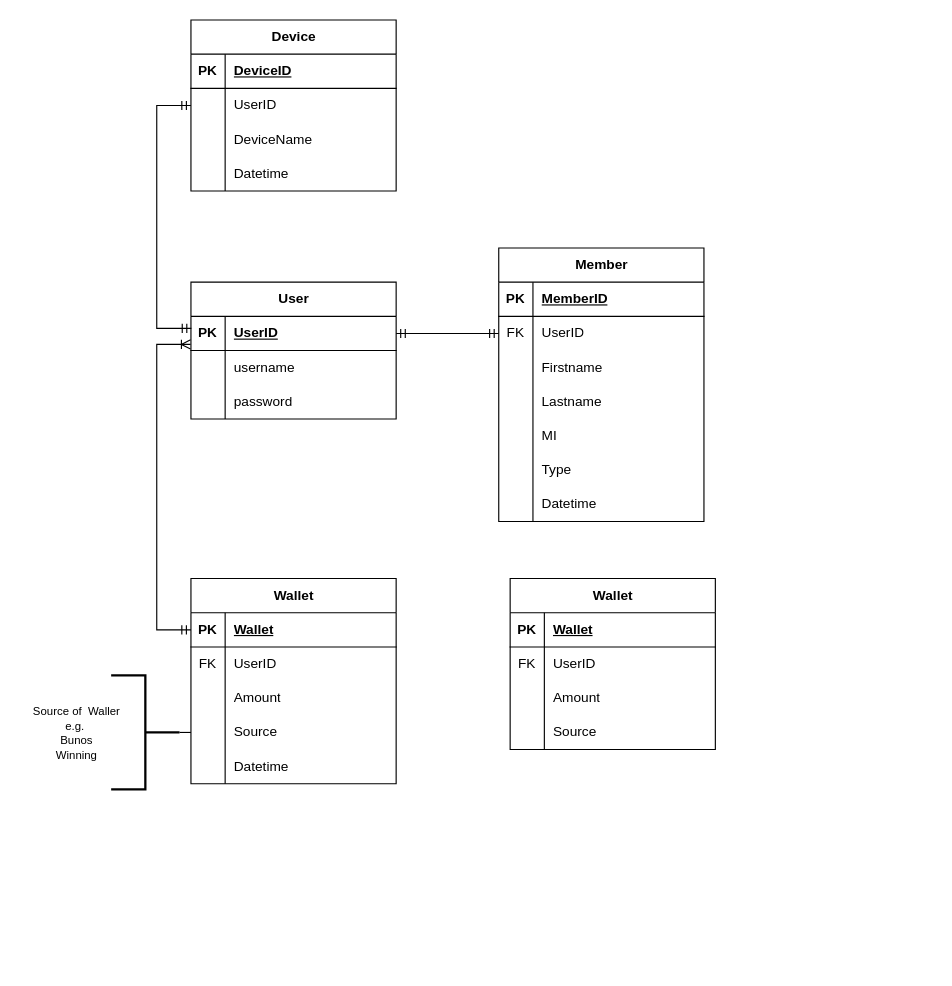
The draw.io diagram STWAG.drawio in ediangca/STWAG, before the edit. Source tidied: cells renumbered, new cells numbered last; positions are measured from the earlier drawing's top-left corner, leaving out a move shared by most shapes. Both pictures are drawn from the tidied source at 114%, with x=0, y=0 at pixel (19, 19).
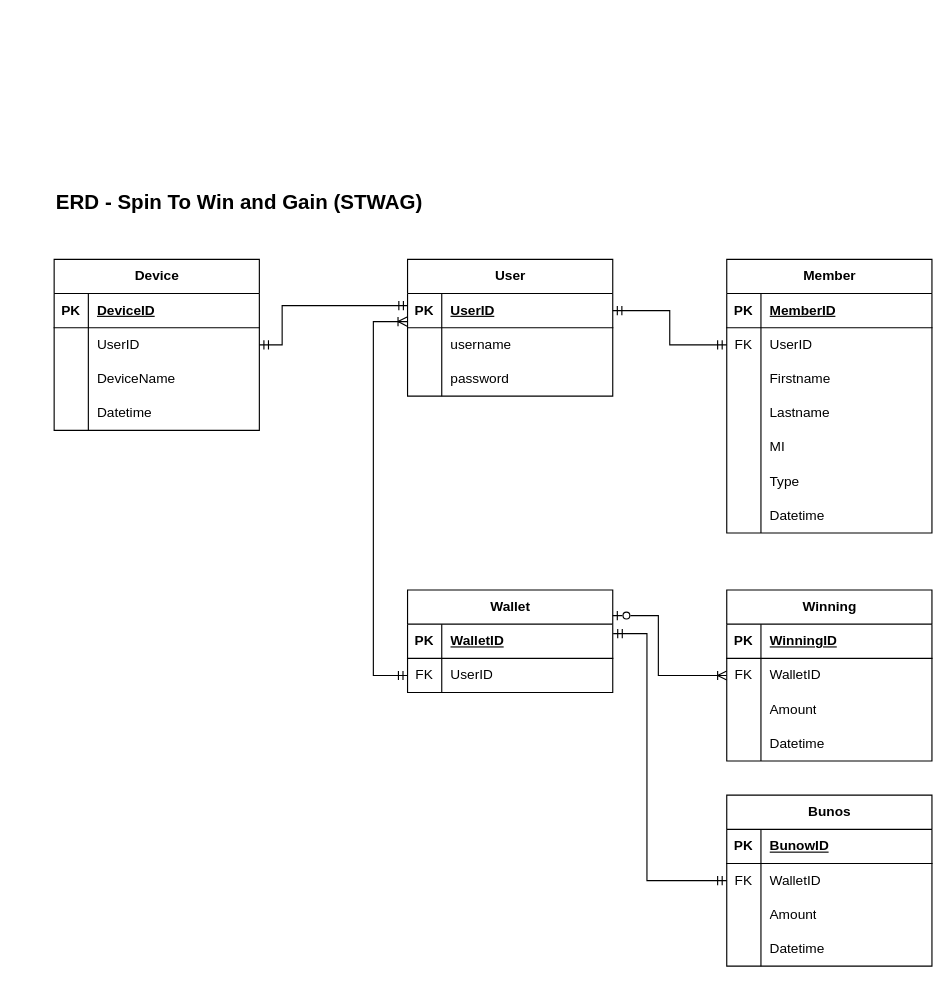
The same page after the edit.

The change refers to these unchanged cells:
```xml
<mxCell id="3" style="shape=tableRow;horizontal=0;startSize=0;swimlaneHead=0;swimlaneBody=0;fillColor=none;points=[[0,0.5],[1,0.5]];portConstraint=eastwest;top=0;left=0;right=0;bottom=1;" parent="2" vertex="1">
  <mxGeometry y="30" width="180" height="30" as="geometry" />
</mxCell>
<mxCell id="16" style="shape=tableRow;horizontal=0;startSize=0;swimlaneHead=0;swimlaneBody=0;fillColor=none;points=[[0,0.5],[1,0.5]];portConstraint=eastwest;top=0;left=0;right=0;bottom=0;" parent="12" vertex="1">
  <mxGeometry y="60" width="180" height="30" as="geometry" />
</mxCell>
<mxCell id="35" style="shape=tableRow;horizontal=0;startSize=0;swimlaneHead=0;swimlaneBody=0;fillColor=none;points=[[0,0.5],[1,0.5]];portConstraint=eastwest;top=0;left=0;right=0;bottom=1;" parent="34" vertex="1">
  <mxGeometry y="30" width="180" height="30" as="geometry" />
</mxCell>
<mxCell id="38" style="shape=tableRow;horizontal=0;startSize=0;swimlaneHead=0;swimlaneBody=0;fillColor=none;points=[[0,0.5],[1,0.5]];portConstraint=eastwest;top=0;left=0;right=0;bottom=0;" parent="34" vertex="1">
  <mxGeometry y="60" width="180" height="30" as="geometry" />
</mxCell>
<mxCell id="56" style="shape=tableRow;horizontal=0;startSize=0;swimlaneHead=0;swimlaneBody=0;fillColor=none;top=0;left=0;right=0;bottom=1;" parent="55" vertex="1">
  <mxGeometry y="30" width="180" height="30" as="geometry" />
</mxCell>
<mxCell id="59" style="shape=tableRow;horizontal=0;startSize=0;swimlaneHead=0;swimlaneBody=0;fillColor=none;points=[[0,0.5],[1,0.5]];portConstraint=eastwest;top=0;left=0;right=0;bottom=0;" parent="55" vertex="1">
  <mxGeometry y="60" width="180" height="30" as="geometry" />
</mxCell>
<mxCell id="65" style="shape=tableRow;horizontal=0;startSize=0;swimlaneHead=0;swimlaneBody=0;fillColor=none;top=0;left=0;right=0;bottom=0;" parent="55" vertex="1">
  <mxGeometry y="120" width="180" height="30" as="geometry" />
</mxCell>
<mxCell id="72" style="shape=tableRow;horizontal=0;startSize=0;swimlaneHead=0;swimlaneBody=0;fillColor=none;points=[[0,0.5],[1,0.5]];portConstraint=eastwest;top=0;left=0;right=0;bottom=0;" parent="68" vertex="1">
  <mxGeometry y="60" width="180" height="30" as="geometry" />
</mxCell>
```

The edit, as a diff of the source:
```diff
@@
     <mxCell id="2" value="User" style="shape=table;startSize=30;childLayout=tableLayout;rowLines=0;fontStyle=1;align=center;html=1;" parent="1" vertex="1">
-      <mxGeometry x="150" y="230" width="180" height="120" as="geometry" />
+      <mxGeometry x="340" y="210" width="180" height="120" as="geometry" />
     </mxCell>
@@
     <mxCell id="12" value="Member" style="shape=table;startSize=30;childLayout=tableLayout;rowLines=0;fontStyle=1;align=center;html=1;" parent="1" vertex="1">
-      <mxGeometry x="420" y="200" width="180" height="240" as="geometry" />
+      <mxGeometry x="620" y="210" width="180" height="240" as="geometry" />
     </mxCell>
@@
     <mxCell id="34" value="Wallet" style="shape=table;startSize=30;childLayout=tableLayout;rowLines=0;fontStyle=1;align=center;html=1;" parent="1" vertex="1">
-      <mxGeometry x="150" y="490" width="180" height="180" as="geometry" />
+      <mxGeometry x="340" y="500" width="180" height="90" as="geometry" />
     </mxCell>
@@
-    <mxCell id="37" value="Wallet" style="shape=partialRectangle;fillColor=none;top=0;left=0;bottom=0;right=0;align=left;spacingLeft=6;fontStyle=5;overflow=hidden;whiteSpace=wrap;html=1;" parent="35" vertex="1">
+    <mxCell id="37" value="WalletID" style="shape=partialRectangle;fillColor=none;top=0;left=0;bottom=0;right=0;align=left;spacingLeft=6;fontStyle=5;overflow=hidden;whiteSpace=wrap;html=1;" parent="35" vertex="1">
       <mxGeometry x="30" width="150" height="30" as="geometry" />
     </mxCell>
@@
-    <mxCell id="41" style="shape=tableRow;horizontal=0;startSize=0;swimlaneHead=0;swimlaneBody=0;fillColor=none;top=0;left=0;right=0;bottom=0;" parent="34" vertex="1">
-      <mxGeometry y="90" width="180" height="30" as="geometry" />
-    </mxCell>
-    <mxCell id="42" style="shape=partialRectangle;fillColor=none;top=0;left=0;bottom=0;right=0;overflow=hidden;whiteSpace=wrap;html=1;" parent="41" vertex="1">
-      <mxGeometry width="30" height="30" as="geometry" />
-    </mxCell>
-    <mxCell id="43" value="Amount" style="shape=partialRectangle;fillColor=none;top=0;left=0;bottom=0;right=0;align=left;spacingLeft=6;overflow=hidden;whiteSpace=wrap;html=1;" parent="41" vertex="1">
-      <mxGeometry x="30" width="150" height="30" as="geometry" />
-    </mxCell>
-    <mxCell id="44" style="shape=tableRow;horizontal=0;startSize=0;swimlaneHead=0;swimlaneBody=0;fillColor=none;points=[[0,0.5],[1,0.5]];portConstraint=eastwest;top=0;left=0;right=0;bottom=0;" parent="34" vertex="1">
-      <mxGeometry y="120" width="180" height="30" as="geometry" />
-    </mxCell>
-    <mxCell id="45" style="shape=partialRectangle;fillColor=none;top=0;left=0;bottom=0;right=0;overflow=hidden;whiteSpace=wrap;html=1;" parent="44" vertex="1">
-      <mxGeometry width="30" height="30" as="geometry" />
-    </mxCell>
-    <mxCell id="46" value="Source" style="shape=partialRectangle;fillColor=none;top=0;left=0;bottom=0;right=0;align=left;spacingLeft=6;overflow=hidden;whiteSpace=wrap;html=1;" parent="44" vertex="1">
-      <mxGeometry x="30" width="150" height="30" as="geometry" />
-    </mxCell>
-    <mxCell id="47" style="shape=tableRow;horizontal=0;startSize=0;swimlaneHead=0;swimlaneBody=0;fillColor=none;top=0;left=0;right=0;bottom=0;" parent="34" vertex="1">
-      <mxGeometry y="150" width="180" height="30" as="geometry" />
-    </mxCell>
-    <mxCell id="48" style="shape=partialRectangle;fillColor=none;top=0;left=0;bottom=0;right=0;overflow=hidden;whiteSpace=wrap;html=1;" parent="47" vertex="1">
-      <mxGeometry width="30" height="30" as="geometry" />
-    </mxCell>
-    <mxCell id="49" value="Datetime" style="shape=partialRectangle;fillColor=none;top=0;left=0;bottom=0;right=0;align=left;spacingLeft=6;overflow=hidden;whiteSpace=wrap;html=1;" parent="47" vertex="1">
-      <mxGeometry x="30" width="150" height="30" as="geometry" />
-    </mxCell>
-    <mxCell id="50" style="edgeStyle=orthogonalEdgeStyle;fontSize=12;html=1;endArrow=ERoneToMany;startArrow=ERmandOne;rounded=0;fontFamily=Helvetica;fontColor=default;fontStyle=1;exitX=0;exitY=0.5;exitDx=0;exitDy=0;entryX=-0.002;entryY=0.82;entryDx=0;entryDy=0;entryPerimeter=0;" parent="1" edge="1" source="35" target="3">
+    <mxCell id="50" style="edgeStyle=orthogonalEdgeStyle;fontSize=12;html=1;endArrow=ERoneToMany;startArrow=ERmandOne;rounded=0;fontFamily=Helvetica;fontColor=default;fontStyle=1;exitX=0;exitY=0.5;exitDx=0;exitDy=0;entryX=-0.002;entryY=0.82;entryDx=0;entryDy=0;entryPerimeter=0;" parent="1" edge="1" source="38" target="3">
       <mxGeometry relative="1" as="geometry">
         <Array as="points">
-          <mxPoint x="120" y="535" />
-          <mxPoint x="120" y="285" />
-          <mxPoint x="150" y="285" />
+          <mxPoint x="310" y="575" />
+          <mxPoint x="310" y="265" />
+          <mxPoint x="340" y="265" />
         </Array>
       </mxGeometry>
     </mxCell>
-    <mxCell id="51" style="edgeStyle=entityRelationEdgeStyle;fontSize=12;html=1;endArrow=ERmandOne;startArrow=ERmandOne;rounded=0;fontFamily=Helvetica;fontColor=default;fontStyle=1;entryX=0;entryY=0.5;entryDx=0;entryDy=0;exitX=1;exitY=0.5;exitDx=0;exitDy=0;endFill=0;" parent="1" edge="1" source="3" target="16">
+    <mxCell id="51" style="edgeStyle=orthogonalEdgeStyle;fontSize=12;html=1;endArrow=ERmandOne;startArrow=ERmandOne;rounded=0;fontFamily=Helvetica;fontColor=default;fontStyle=1;entryX=0;entryY=0.5;entryDx=0;entryDy=0;exitX=1;exitY=0.5;exitDx=0;exitDy=0;endFill=0;" parent="1" edge="1" source="3" target="16">
       <mxGeometry relative="1" as="geometry" />
     </mxCell>
-    <mxCell id="52" style="strokeWidth=2;html=1;shape=mxgraph.flowchart.annotation_2;align=left;labelPosition=right;strokeColor=default;verticalAlign=middle;fontFamily=Helvetica;fontSize=12;fontColor=default;fontStyle=1;fillColor=default;flipH=1;" parent="1" vertex="1">
-      <mxGeometry x="80" y="575" width="60" height="100" as="geometry" />
-    </mxCell>
-    <mxCell id="53" style="edgeStyle=orthogonalEdgeStyle;rounded=0;jettySize=auto;html=1;exitX=0;exitY=0.5;exitDx=0;exitDy=0;entryX=0;entryY=0.5;entryDx=0;entryDy=0;entryPerimeter=0;fontFamily=Helvetica;fontSize=12;fontColor=default;fontStyle=1;endArrow=none;startFill=0;" parent="1" edge="1" source="44" target="52">
-      <mxGeometry relative="1" as="geometry" />
-    </mxCell>
-    <mxCell id="54" value="&lt;div style=&quot;line-height: 100%;&quot;&gt;&lt;span style=&quot;font-weight: normal;&quot;&gt;&lt;font style=&quot;font-size: 10px;&quot;&gt;Source of&amp;nbsp; Waller&lt;/font&gt;&lt;/span&gt;&lt;div&gt;&lt;span style=&quot;font-weight: normal;&quot;&gt;&lt;font style=&quot;font-size: 10px;&quot;&gt;e.g.&amp;nbsp;&lt;/font&gt;&lt;/span&gt;&lt;/div&gt;&lt;div&gt;&lt;span style=&quot;font-weight: normal; background-color: transparent; color: light-dark(rgb(0, 0, 0), rgb(255, 255, 255));&quot;&gt;&lt;font style=&quot;font-size: 10px;&quot;&gt;Bunos&lt;/font&gt;&lt;/span&gt;&lt;/div&gt;&lt;div&gt;&lt;span style=&quot;font-weight: normal; background-color: transparent; color: light-dark(rgb(0, 0, 0), rgb(255, 255, 255));&quot;&gt;&lt;font style=&quot;font-size: 10px;&quot;&gt;Winning&lt;/font&gt;&lt;/span&gt;&lt;/div&gt;&lt;div&gt;&lt;/div&gt;&lt;/div&gt;" style="text;html=1;align=center;verticalAlign=middle;whiteSpace=wrap;rounded=0;fontFamily=Helvetica;fontSize=12;fontColor=default;fontStyle=1;" parent="1" vertex="1">
-      <mxGeometry y="590" width="100" height="70" as="geometry" />
-    </mxCell>
-    <mxCell id="55" value="Wallet" style="shape=table;startSize=30;childLayout=tableLayout;rowLines=0;fontStyle=1;align=center;html=1;" parent="1" vertex="1">
-      <mxGeometry x="430" y="490" width="180" height="150" as="geometry" />
+    <mxCell id="55" value="Winning" style="shape=table;startSize=30;childLayout=tableLayout;rowLines=0;fontStyle=1;align=center;html=1;" parent="1" vertex="1">
+      <mxGeometry x="620" y="500" width="180" height="150" as="geometry" />
     </mxCell>
@@
-    <mxCell id="58" value="Wallet" style="shape=partialRectangle;fillColor=none;top=0;left=0;bottom=0;right=0;align=left;spacingLeft=6;fontStyle=5;overflow=hidden;whiteSpace=wrap;html=1;" parent="56" vertex="1">
+    <mxCell id="58" value="WinningID" style="shape=partialRectangle;fillColor=none;top=0;left=0;bottom=0;right=0;align=left;spacingLeft=6;fontStyle=5;overflow=hidden;whiteSpace=wrap;html=1;" parent="56" vertex="1">
       <mxGeometry x="30" width="150" height="30" as="geometry" />
     </mxCell>
@@
-    <mxCell id="61" value="UserID" style="shape=partialRectangle;fillColor=none;top=0;left=0;bottom=0;right=0;align=left;spacingLeft=6;overflow=hidden;whiteSpace=wrap;html=1;" parent="59" vertex="1">
+    <mxCell id="61" value="WalletID" style="shape=partialRectangle;fillColor=none;top=0;left=0;bottom=0;right=0;align=left;spacingLeft=6;overflow=hidden;whiteSpace=wrap;html=1;" parent="59" vertex="1">
       <mxGeometry x="30" width="150" height="30" as="geometry" />
     </mxCell>
@@
-    <mxCell id="67" value="Source" style="shape=partialRectangle;fillColor=none;top=0;left=0;bottom=0;right=0;align=left;spacingLeft=6;overflow=hidden;whiteSpace=wrap;html=1;" parent="65" vertex="1">
+    <mxCell id="67" value="Datetime" style="shape=partialRectangle;fillColor=none;top=0;left=0;bottom=0;right=0;align=left;spacingLeft=6;overflow=hidden;whiteSpace=wrap;html=1;" parent="65" vertex="1">
       <mxGeometry x="30" width="150" height="30" as="geometry" />
     </mxCell>
     <mxCell id="68" value="Device" style="shape=table;startSize=30;childLayout=tableLayout;rowLines=0;fontStyle=1;align=center;html=1;" parent="1" vertex="1">
-      <mxGeometry x="150" width="180" height="150" as="geometry" />
+      <mxGeometry x="30" y="210" width="180" height="150" as="geometry" />
     </mxCell>
@@
-    <mxCell id="81" style="edgeStyle=orthogonalEdgeStyle;fontSize=12;html=1;endArrow=ERmandOne;startArrow=ERmandOne;rounded=0;fontFamily=Helvetica;fontColor=default;fontStyle=1;entryX=0;entryY=0.5;entryDx=0;entryDy=0;exitX=0.002;exitY=0.353;exitDx=0;exitDy=0;exitPerimeter=0;endFill=0;" parent="1" edge="1" source="3" target="72">
+    <mxCell id="81" style="edgeStyle=orthogonalEdgeStyle;fontSize=12;html=1;endArrow=ERmandOne;startArrow=ERmandOne;rounded=0;fontFamily=Helvetica;fontColor=default;fontStyle=1;entryX=1;entryY=0.5;entryDx=0;entryDy=0;exitX=0.002;exitY=0.353;exitDx=0;exitDy=0;exitPerimeter=0;endFill=0;" parent="1" edge="1" source="3" target="72">
       <mxGeometry relative="1" as="geometry">
         <Array as="points">
-          <mxPoint x="120" y="271" />
-          <mxPoint x="120" y="75" />
+          <mxPoint x="230" y="251" />
         </Array>
       </mxGeometry>
     </mxCell>
+    <mxCell id="82" value="&lt;span style=&quot;&quot;&gt;&lt;font style=&quot;font-size: 18px;&quot;&gt;&lt;font style=&quot;&quot;&gt;ERD &lt;/font&gt;- Spin To Win and Gain (STWAG)&lt;/font&gt;&lt;/span&gt;" style="text;html=1;align=left;verticalAlign=middle;whiteSpace=wrap;rounded=0;fontFamily=Helvetica;fontSize=12;fontColor=default;fontStyle=1;" parent="1" vertex="1">
+      <mxGeometry x="30" y="140" width="370" height="40" as="geometry" />
+    </mxCell>
+    <mxCell id="83" style="edgeStyle=orthogonalEdgeStyle;fontSize=12;html=1;endArrow=ERzeroToOne;startArrow=ERoneToMany;rounded=0;fontFamily=Helvetica;fontColor=default;fontStyle=1;exitX=0;exitY=0.5;exitDx=0;exitDy=0;entryX=1;entryY=0.25;entryDx=0;entryDy=0;startFill=0;endFill=0;" parent="1" edge="1" source="59" target="34">
+      <mxGeometry relative="1" as="geometry">
+        <Array as="points">
+          <mxPoint x="560" y="575" />
+          <mxPoint x="560" y="523" />
+          <mxPoint x="520" y="523" />
+        </Array>
+      </mxGeometry>
+    </mxCell>
+    <mxCell id="84" value="Bunos" style="shape=table;startSize=30;childLayout=tableLayout;rowLines=0;fontStyle=1;align=center;html=1;" parent="1" vertex="1">
+      <mxGeometry x="620" y="680" width="180" height="150" as="geometry" />
+    </mxCell>
+    <mxCell id="85" style="shape=tableRow;horizontal=0;startSize=0;swimlaneHead=0;swimlaneBody=0;fillColor=none;top=0;left=0;right=0;bottom=1;" parent="84" vertex="1">
+      <mxGeometry y="30" width="180" height="30" as="geometry" />
+    </mxCell>
+    <mxCell id="86" value="PK" style="shape=partialRectangle;fillColor=none;top=0;left=0;bottom=0;right=0;fontStyle=1;overflow=hidden;whiteSpace=wrap;html=1;" parent="85" vertex="1">
+      <mxGeometry width="30" height="30" as="geometry" />
+    </mxCell>
+    <mxCell id="87" value="BunowID" style="shape=partialRectangle;fillColor=none;top=0;left=0;bottom=0;right=0;align=left;spacingLeft=6;fontStyle=5;overflow=hidden;whiteSpace=wrap;html=1;" parent="85" vertex="1">
+      <mxGeometry x="30" width="150" height="30" as="geometry" />
+    </mxCell>
+    <mxCell id="88" style="shape=tableRow;horizontal=0;startSize=0;swimlaneHead=0;swimlaneBody=0;fillColor=none;points=[[0,0.5],[1,0.5]];portConstraint=eastwest;top=0;left=0;right=0;bottom=0;" parent="84" vertex="1">
+      <mxGeometry y="60" width="180" height="30" as="geometry" />
+    </mxCell>
+    <mxCell id="89" value="FK" style="shape=partialRectangle;fillColor=none;top=0;left=0;bottom=0;right=0;overflow=hidden;whiteSpace=wrap;html=1;" parent="88" vertex="1">
+      <mxGeometry width="30" height="30" as="geometry" />
+    </mxCell>
+    <mxCell id="90" value="WalletID" style="shape=partialRectangle;fillColor=none;top=0;left=0;bottom=0;right=0;align=left;spacingLeft=6;overflow=hidden;whiteSpace=wrap;html=1;" parent="88" vertex="1">
+      <mxGeometry x="30" width="150" height="30" as="geometry" />
+    </mxCell>
+    <mxCell id="41" style="shape=tableRow;horizontal=0;startSize=0;swimlaneHead=0;swimlaneBody=0;fillColor=none;top=0;left=0;right=0;bottom=0;" parent="84" vertex="1">
+      <mxGeometry y="90" width="180" height="30" as="geometry" />
+    </mxCell>
+    <mxCell id="91" style="shape=partialRectangle;fillColor=none;top=0;left=0;bottom=0;right=0;overflow=hidden;whiteSpace=wrap;html=1;" parent="41" vertex="1">
+      <mxGeometry width="30" height="30" as="geometry" />
+    </mxCell>
+    <mxCell id="43" value="Amount" style="shape=partialRectangle;fillColor=none;top=0;left=0;bottom=0;right=0;align=left;spacingLeft=6;overflow=hidden;whiteSpace=wrap;html=1;" parent="41" vertex="1">
+      <mxGeometry x="30" width="150" height="30" as="geometry" />
+    </mxCell>
+    <mxCell id="44" style="shape=tableRow;horizontal=0;startSize=0;swimlaneHead=0;swimlaneBody=0;fillColor=none;points=[[0,0.5],[1,0.5]];portConstraint=eastwest;top=0;left=0;right=0;bottom=0;" parent="84" vertex="1">
+      <mxGeometry y="120" width="180" height="30" as="geometry" />
+    </mxCell>
+    <mxCell id="92" style="shape=partialRectangle;fillColor=none;top=0;left=0;bottom=0;right=0;overflow=hidden;whiteSpace=wrap;html=1;" parent="44" vertex="1">
+      <mxGeometry width="30" height="30" as="geometry" />
+    </mxCell>
+    <mxCell id="49" value="Datetime" style="shape=partialRectangle;fillColor=none;top=0;left=0;bottom=0;right=0;align=left;spacingLeft=6;overflow=hidden;whiteSpace=wrap;html=1;" parent="44" vertex="1">
+      <mxGeometry x="30" width="150" height="30" as="geometry" />
+    </mxCell>
+    <mxCell id="93" style="edgeStyle=orthogonalEdgeStyle;fontSize=12;html=1;endArrow=ERmandOne;startArrow=ERmandOne;rounded=0;fontFamily=Helvetica;fontColor=default;fontStyle=1;exitX=0;exitY=0.5;exitDx=0;exitDy=0;entryX=1.002;entryY=0.276;entryDx=0;entryDy=0;entryPerimeter=0;endFill=0;" parent="1" edge="1" source="88" target="35">
+      <mxGeometry relative="1" as="geometry">
+        <Array as="points">
+          <mxPoint x="550" y="755" />
+          <mxPoint x="550" y="538" />
+        </Array>
+      </mxGeometry>
+    </mxCell>
```
